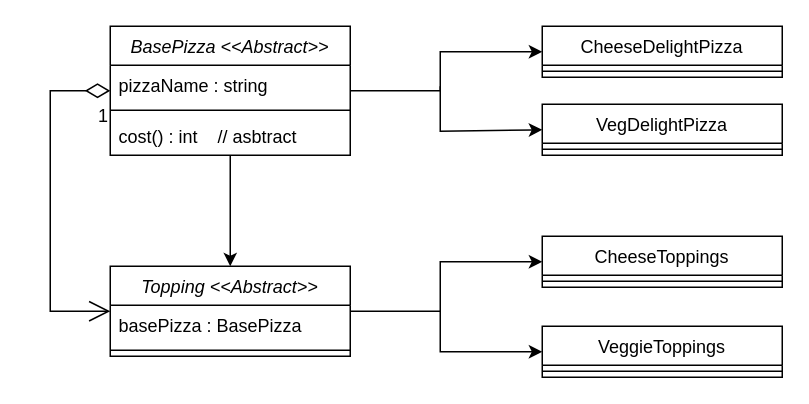
Before: umls/Decorator.drawio in rishabmamgai/LLD, a draw.io diagram. Source tidied: cells renumbered, new cells numbered last; positions are measured from the earlier drawing's top-left corner, leaving out a move shared by most shapes. Both pictures are drawn from the tidied source at 150%, with x=0, y=0 at pixel (50, 26).
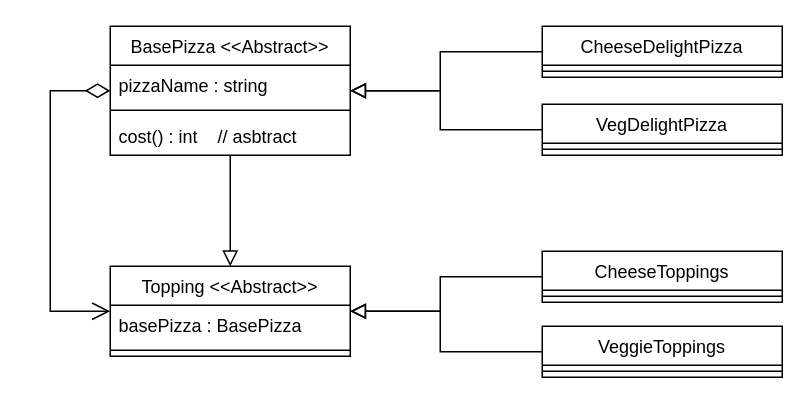
The same page after the edit.

Commit message (it also covers changes not shown here):
Updating Decorator, Composite, Proxy umls

Unchanged cells that the change refers to:
```xml
<mxCell id="6" value="CheeseDelightPizza" style="swimlane;fontStyle=0;align=center;verticalAlign=top;horizontal=1;startSize=26;rounded=0;shadow=0;strokeWidth=1;" parent="1" vertex="1">
  <mxGeometry x="328" width="160" height="34" as="geometry" />
</mxCell>
<mxCell id="8" value="VegDelightPizza" style="swimlane;fontStyle=0;align=center;verticalAlign=top;horizontal=1;startSize=26;rounded=0;shadow=0;strokeWidth=1;" parent="1" vertex="1">
  <mxGeometry x="328" y="52" width="160" height="34" as="geometry" />
</mxCell>
<mxCell id="19" value="VeggieToppings" style="swimlane;fontStyle=0;align=center;verticalAlign=top;horizontal=1;startSize=26;rounded=0;shadow=0;strokeWidth=1;" parent="1" vertex="1">
  <mxGeometry x="328" y="200" width="160" height="34" as="geometry" />
</mxCell>
```

Change to the diagram source:
```diff
@@
-    <mxCell id="2" value="BasePizza &lt;&lt;Abstract&gt;&gt;" style="swimlane;fontStyle=2;align=center;verticalAlign=top;horizontal=1;startSize=26;rounded=0;shadow=0;strokeWidth=1;" parent="1" vertex="1">
+    <mxCell id="2" value="BasePizza &lt;&lt;Abstract&gt;&gt;" style="swimlane;fontStyle=0;align=center;verticalAlign=top;horizontal=1;startSize=26;rounded=0;shadow=0;strokeWidth=1;" parent="1" vertex="1">
       <mxGeometry x="40" width="160" height="86" as="geometry" />
     </mxCell>
@@
-    <mxCell id="10" style="endArrow=classic;html=1;rounded=0;entryX=0;entryY=0.5;entryDx=0;entryDy=0;exitX=1;exitY=0.5;exitDx=0;exitDy=0;" parent="1" edge="1" source="2" target="6">
+    <mxCell id="10" style="endArrow=block;html=1;rounded=0;endSize=8;endFill=0;exitX=0;exitY=0.5;exitDx=0;exitDy=0;entryX=1;entryY=0.5;entryDx=0;entryDy=0;" parent="1" edge="1" source="6" target="2">
       <mxGeometry relative="1" as="geometry">
         <Array as="points">
+          <mxPoint x="260" y="17" />
           <mxPoint x="260" y="43" />
-          <mxPoint x="260" y="17" />
         </Array>
       </mxGeometry>
     </mxCell>
-    <mxCell id="11" style="endArrow=classic;html=1;rounded=0;entryX=0;entryY=0.5;entryDx=0;entryDy=0;" parent="1" edge="1" target="8">
+    <mxCell id="11" style="endArrow=block;html=1;rounded=0;endSize=8;endFill=0;entryX=1;entryY=0.5;entryDx=0;entryDy=0;exitX=0;exitY=0.5;exitDx=0;exitDy=0;" parent="1" edge="1" source="8" target="2">
       <mxGeometry relative="1" as="geometry">
-        <mxPoint x="260" y="40" as="sourcePoint" />
         <Array as="points">
-          <mxPoint x="260" y="70" />
+          <mxPoint x="260" y="69" />
+          <mxPoint x="260" y="43" />
         </Array>
       </mxGeometry>
     </mxCell>
-    <mxCell id="12" value="Topping &lt;&lt;Abstract&gt;&gt;" style="swimlane;fontStyle=2;align=center;verticalAlign=top;horizontal=1;startSize=26;rounded=0;shadow=0;strokeWidth=1;" parent="1" vertex="1">
+    <mxCell id="12" value="Topping &lt;&lt;Abstract&gt;&gt;" style="swimlane;fontStyle=0;align=center;verticalAlign=top;horizontal=1;startSize=26;rounded=0;shadow=0;strokeWidth=1;" parent="1" vertex="1">
       <mxGeometry x="40" y="160" width="160" height="60" as="geometry" />
     </mxCell>
@@
-    <mxCell id="15" style="endArrow=classic;html=1;rounded=0;entryX=0.5;entryY=0;entryDx=0;entryDy=0;exitX=0.5;exitY=1;exitDx=0;exitDy=0;" parent="1" edge="1" source="2" target="12">
-      <mxGeometry relative="1" as="geometry" />
+    <mxCell id="15" style="endArrow=block;html=1;rounded=0;entryX=0.5;entryY=0;entryDx=0;entryDy=0;exitX=0.5;exitY=1;exitDx=0;exitDy=0;endSize=8;endFill=0;" parent="1" edge="1" source="2" target="12">
+      <mxGeometry relative="1" as="geometry">
+        <Array as="points">
+          <mxPoint x="120" y="120" />
+        </Array>
+      </mxGeometry>
     </mxCell>
-    <mxCell id="16" value="1" style="endArrow=open;html=1;endSize=12;startArrow=diamondThin;startSize=14;startFill=0;edgeStyle=orthogonalEdgeStyle;align=right;verticalAlign=top;rounded=0;entryX=0;entryY=0.5;entryDx=0;entryDy=0;exitX=0;exitY=0.5;exitDx=0;exitDy=0;labelPosition=left;verticalLabelPosition=top;fontSize=12;" parent="1" edge="1" source="2" target="12">
+    <mxCell id="16" style="endArrow=open;html=1;endSize=10;startArrow=diamondThin;startSize=14;startFill=0;edgeStyle=orthogonalEdgeStyle;align=right;verticalAlign=top;rounded=0;entryX=0;entryY=0.5;entryDx=0;entryDy=0;exitX=0;exitY=0.5;exitDx=0;exitDy=0;labelPosition=left;verticalLabelPosition=top;fontSize=12;" parent="1" edge="1" source="2" target="12">
       <mxGeometry x="-1" y="3" relative="1" as="geometry">
         <Array as="points">
           <mxPoint y="43" />
           <mxPoint y="190" />
         </Array>
       </mxGeometry>
     </mxCell>
     <mxCell id="17" value="CheeseToppings" style="swimlane;fontStyle=0;align=center;verticalAlign=top;horizontal=1;startSize=26;rounded=0;shadow=0;strokeWidth=1;" parent="1" vertex="1">
-      <mxGeometry x="328" y="140" width="160" height="34" as="geometry" />
+      <mxGeometry x="328" y="150" width="160" height="34" as="geometry" />
     </mxCell>
@@
-    <mxCell id="21" style="endArrow=classic;html=1;rounded=0;entryX=0;entryY=0.5;entryDx=0;entryDy=0;exitX=1;exitY=0.5;exitDx=0;exitDy=0;" parent="1" edge="1" source="12" target="17">
+    <mxCell id="21" style="endArrow=block;html=1;rounded=0;exitX=0;exitY=0.5;exitDx=0;exitDy=0;endSize=8;endFill=0;entryX=1;entryY=0.5;entryDx=0;entryDy=0;" parent="1" edge="1" source="17" target="12">
       <mxGeometry relative="1" as="geometry">
         <Array as="points">
+          <mxPoint x="260" y="167" />
           <mxPoint x="260" y="190" />
-          <mxPoint x="260" y="157" />
         </Array>
       </mxGeometry>
     </mxCell>
-    <mxCell id="22" style="endArrow=classic;html=1;rounded=0;entryX=0;entryY=0.5;entryDx=0;entryDy=0;" parent="1" edge="1" target="19">
+    <mxCell id="22" style="endArrow=block;html=1;rounded=0;entryX=1;entryY=0.5;entryDx=0;entryDy=0;endSize=8;endFill=0;exitX=0;exitY=0.5;exitDx=0;exitDy=0;" parent="1" edge="1" source="19" target="12">
       <mxGeometry relative="1" as="geometry">
-        <mxPoint x="260" y="190" as="sourcePoint" />
         <Array as="points">
           <mxPoint x="260" y="217" />
+          <mxPoint x="260" y="190" />
         </Array>
       </mxGeometry>
     </mxCell>
```
